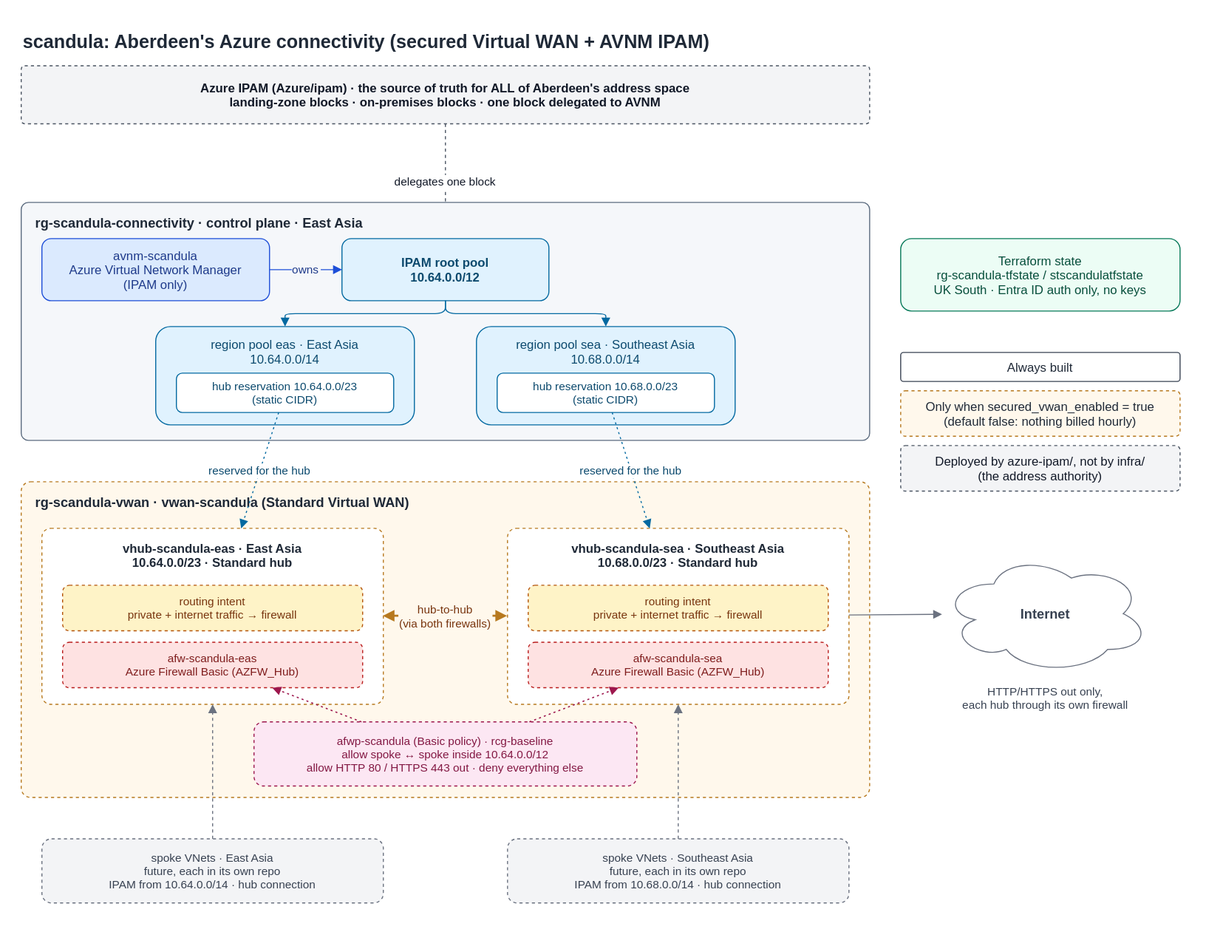
The draw.io diagram docs/diagrams/architecture.svg in benoitnvl/scandula, before a commit. Source tidied: cells renumbered, new cells last; positions are measured from the earlier drawing's top-left corner, leaving out a move shared by most shapes.
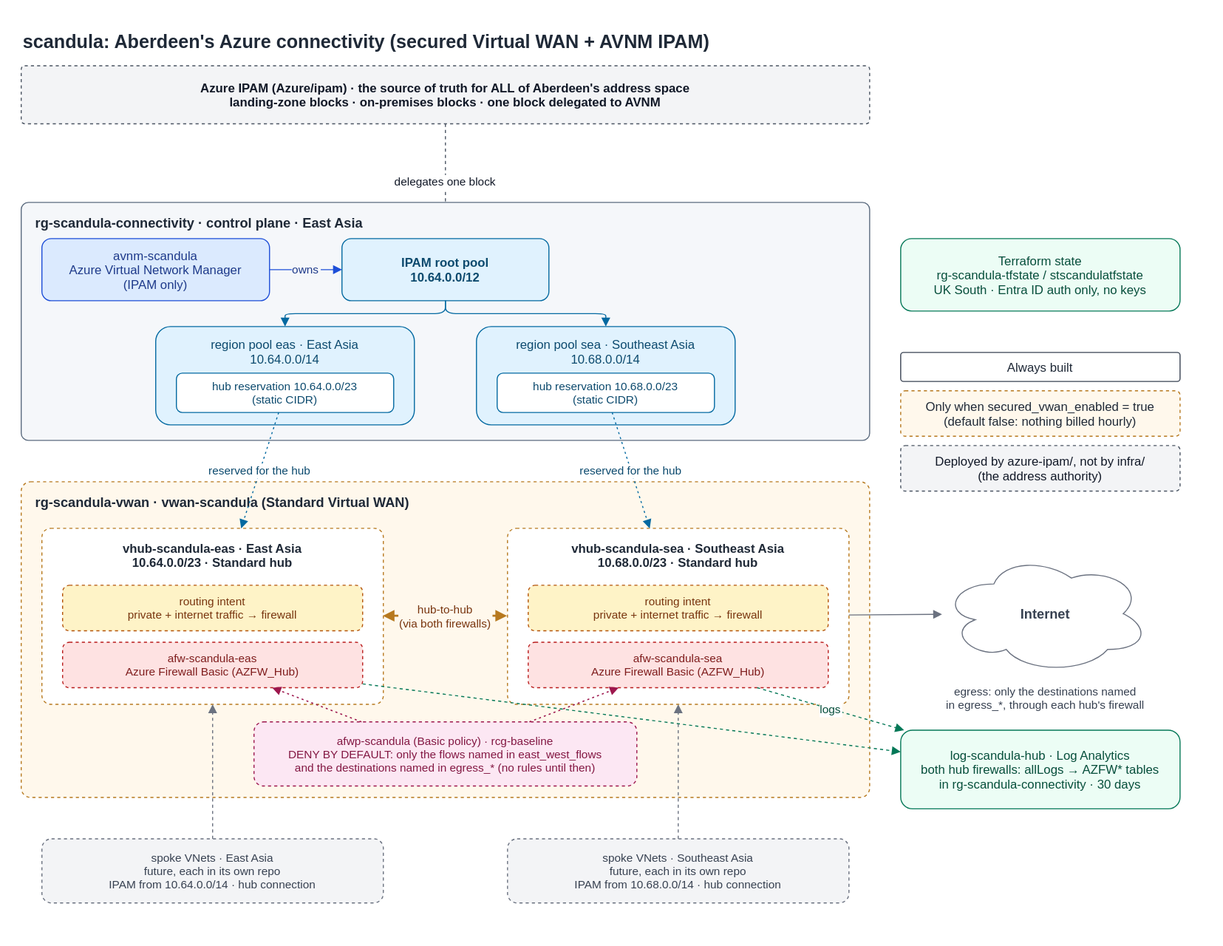
Above is the later version.

Commit message:
docs(diagram): deny by default at the firewall, and where its logs go (#24)

What changed in the source:
```diff
@@ -65,13 +65,22 @@
     <mxCell id="22" value="afw-scandula-sea&#10;Azure Firewall Basic (AZFW_Hub)" style="rounded=1;html=0;dashed=1;fillColor=#fee2e2;strokeColor=#b91c1c;fontSize=11;fontColor=#7f1d1d;" parent="1" vertex="1">
       <mxGeometry x="490" y="600" width="290" height="44" as="geometry" />
     </mxCell>
-    <mxCell id="23" value="afwp-scandula (Basic policy)  ·  rcg-baseline&#10;allow spoke ↔ spoke inside 10.64.0.0/12&#10;allow HTTP 80 / HTTPS 443 out  ·  deny everything else" style="rounded=1;html=0;dashed=1;fillColor=#fce7f3;strokeColor=#9d174d;fontSize=11;fontColor=#831843;" parent="1" vertex="1">
+    <mxCell id="23" value="afwp-scandula (Basic policy)  ·  rcg-baseline&#10;DENY BY DEFAULT: only the flows named in east_west_flows&#10;and the destinations named in egress_* (no rules until then)" style="rounded=1;html=0;dashed=1;fillColor=#fce7f3;strokeColor=#9d174d;fontSize=11;fontColor=#831843;" parent="1" vertex="1">
       <mxGeometry x="225" y="677" width="370" height="62" as="geometry" />
     </mxCell>
     <mxCell id="24" value="Internet" style="ellipse;shape=cloud;html=0;fillColor=#ffffff;strokeColor=#6b7280;fontSize=13;fontStyle=1;fontColor=#374151;" parent="1" vertex="1">
       <mxGeometry x="890" y="515" width="200" height="115" as="geometry" />
     </mxCell>
+    <mxCell id="39" value="log-scandula-hub  ·  Log Analytics&#10;both hub firewalls: allLogs → AZFW* tables&#10;in rg-scandula-connectivity  ·  30 days" style="rounded=1;html=0;fillColor=#ecfdf5;strokeColor=#047857;fontSize=12;fontColor=#064e3b;" parent="1" vertex="1">
+      <mxGeometry x="850" y="685" width="270" height="76" as="geometry" />
+    </mxCell>
+    <mxCell id="40" style="endArrow=block;html=0;dashed=1;strokeColor=#047857;fontSize=11;fontColor=#064e3b;" parent="1" edge="1" source="19" target="39">
+      <mxGeometry relative="1" as="geometry" />
+    </mxCell>
+    <mxCell id="41" value="logs" style="endArrow=block;html=0;dashed=1;strokeColor=#047857;fontSize=11;fontColor=#064e3b;labelBackgroundColor=#ffffff;" parent="1" edge="1" source="22" target="39">
+      <mxGeometry relative="1" as="geometry" />
+    </mxCell>
-    <mxCell id="25" value="HTTP/HTTPS out only,&#10;each hub through its own firewall" style="text;html=0;align=center;verticalAlign=top;fontSize=11;fontColor=#374151;" parent="1" vertex="1">
+    <mxCell id="25" value="egress: only the destinations named&#10;in egress_*, through each hub's firewall" style="text;html=0;align=center;verticalAlign=top;fontSize=11;fontColor=#374151;" parent="1" vertex="1">
       <mxGeometry x="870" y="635" width="240" height="36" as="geometry" />
     </mxCell>
     <mxCell id="26" value="spoke VNets  ·  East Asia&#10;future, each in its own repo&#10;IPAM from 10.64.0.0/14  ·  hub connection" style="rounded=1;html=0;dashed=1;fillColor=#f3f4f6;strokeColor=#6b7280;fontSize=11;fontColor=#374151;" parent="1" vertex="1">
```
